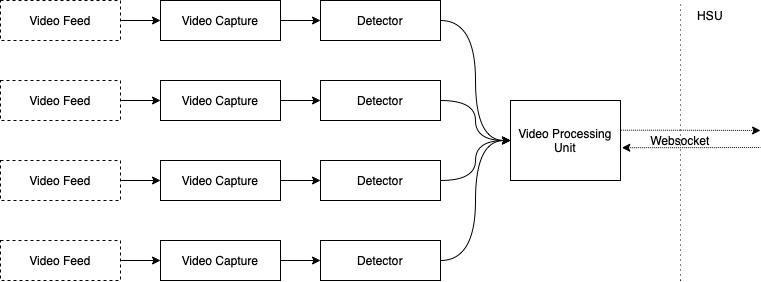
The draw.io diagram imgs/VPU.png in charles-eyes-ba/video-processing-unit, before a commit. Source tidied: cells renumbered, new cells last; positions are measured from the earlier drawing's top-left corner, leaving out a move shared by most shapes.
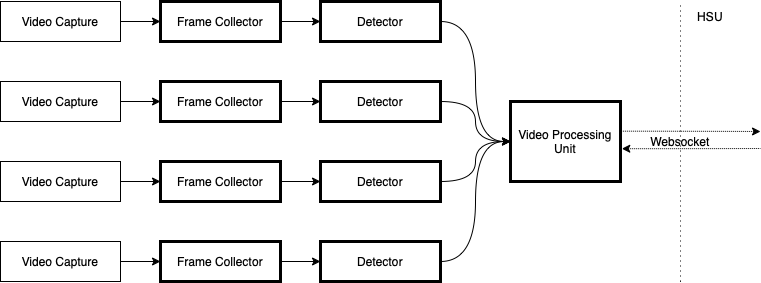
After the change.

The edit, as a diff of the source:
```diff
@@ -2,76 +2,52 @@
   <root>
     <mxCell id="0" />
     <mxCell id="1" parent="0" />
-    <mxCell id="2" style="edgeStyle=orthogonalEdgeStyle;curved=1;rounded=0;jettySize=auto;html=1;entryX=0;entryY=0.5;entryDx=0;entryDy=0;" parent="1" edge="1" source="3" target="5">
-      <mxGeometry relative="1" as="geometry" />
-    </mxCell>
-    <mxCell id="3" value="Video Feed" style="rounded=0;whiteSpace=wrap;html=1;dashed=1;" parent="1" vertex="1">
-      <mxGeometry width="120" height="40" as="geometry" />
-    </mxCell>
-    <mxCell id="4" style="edgeStyle=orthogonalEdgeStyle;curved=1;rounded=0;jettySize=auto;html=1;entryX=0;entryY=0.5;entryDx=0;entryDy=0;" parent="1" edge="1" source="5" target="7">
-      <mxGeometry relative="1" as="geometry" />
-    </mxCell>
+    <mxCell id="32" style="edgeStyle=orthogonalEdgeStyle;rounded=0;jettySize=auto;html=1;entryX=0;entryY=0.5;entryDx=0;entryDy=0;" parent="1" edge="1" source="5" target="37">
+      <mxGeometry relative="1" as="geometry" />
+    </mxCell>
     <mxCell id="5" value="Video Capture" style="rounded=0;whiteSpace=wrap;html=1;" parent="1" vertex="1">
-      <mxGeometry x="160" width="120" height="40" as="geometry" />
+      <mxGeometry width="120" height="40" as="geometry" />
     </mxCell>
     <mxCell id="6" style="edgeStyle=orthogonalEdgeStyle;curved=1;rounded=0;jettySize=auto;html=1;entryX=0;entryY=0.5;entryDx=0;entryDy=0;" parent="1" edge="1" source="7" target="28">
       <mxGeometry relative="1" as="geometry" />
     </mxCell>
-    <mxCell id="7" value="Detector" style="rounded=0;whiteSpace=wrap;html=1;" parent="1" vertex="1">
+    <mxCell id="7" value="Detector" style="rounded=0;whiteSpace=wrap;html=1;strokeWidth=3;" parent="1" vertex="1">
       <mxGeometry x="320" width="120" height="40" as="geometry" />
     </mxCell>
-    <mxCell id="8" style="edgeStyle=orthogonalEdgeStyle;curved=1;rounded=0;jettySize=auto;html=1;entryX=0;entryY=0.5;entryDx=0;entryDy=0;" parent="1" edge="1" source="9" target="11">
-      <mxGeometry relative="1" as="geometry" />
-    </mxCell>
-    <mxCell id="9" value="Video Feed" style="rounded=0;whiteSpace=wrap;html=1;dashed=1;" parent="1" vertex="1">
-      <mxGeometry y="80" width="120" height="40" as="geometry" />
-    </mxCell>
-    <mxCell id="10" style="edgeStyle=orthogonalEdgeStyle;curved=1;rounded=0;jettySize=auto;html=1;entryX=0;entryY=0.5;entryDx=0;entryDy=0;" parent="1" edge="1" source="11" target="13">
-      <mxGeometry relative="1" as="geometry" />
-    </mxCell>
+    <mxCell id="33" style="edgeStyle=orthogonalEdgeStyle;rounded=0;jettySize=auto;html=1;entryX=0;entryY=0.5;entryDx=0;entryDy=0;" parent="1" edge="1" source="11" target="39">
+      <mxGeometry relative="1" as="geometry" />
+    </mxCell>
     <mxCell id="11" value="Video Capture" style="rounded=0;whiteSpace=wrap;html=1;" parent="1" vertex="1">
-      <mxGeometry x="160" y="80" width="120" height="40" as="geometry" />
+      <mxGeometry y="80" width="120" height="40" as="geometry" />
     </mxCell>
     <mxCell id="12" style="edgeStyle=orthogonalEdgeStyle;curved=1;rounded=0;jettySize=auto;html=1;entryX=0;entryY=0.5;entryDx=0;entryDy=0;" parent="1" edge="1" source="13" target="28">
       <mxGeometry relative="1" as="geometry" />
     </mxCell>
-    <mxCell id="13" value="Detector" style="rounded=0;whiteSpace=wrap;html=1;" parent="1" vertex="1">
+    <mxCell id="13" value="Detector" style="rounded=0;whiteSpace=wrap;html=1;strokeWidth=3;" parent="1" vertex="1">
       <mxGeometry x="320" y="80" width="120" height="40" as="geometry" />
     </mxCell>
-    <mxCell id="14" style="edgeStyle=orthogonalEdgeStyle;curved=1;rounded=0;jettySize=auto;html=1;entryX=0;entryY=0.5;entryDx=0;entryDy=0;" parent="1" edge="1" source="15" target="17">
-      <mxGeometry relative="1" as="geometry" />
-    </mxCell>
-    <mxCell id="15" value="Video Feed" style="rounded=0;whiteSpace=wrap;html=1;dashed=1;" parent="1" vertex="1">
-      <mxGeometry y="160" width="120" height="40" as="geometry" />
-    </mxCell>
-    <mxCell id="16" style="edgeStyle=orthogonalEdgeStyle;curved=1;rounded=0;jettySize=auto;html=1;entryX=0;entryY=0.5;entryDx=0;entryDy=0;" parent="1" edge="1" source="17" target="19">
-      <mxGeometry relative="1" as="geometry" />
-    </mxCell>
+    <mxCell id="34" style="edgeStyle=orthogonalEdgeStyle;rounded=0;jettySize=auto;html=1;entryX=0;entryY=0.5;entryDx=0;entryDy=0;" parent="1" edge="1" source="17" target="43">
+      <mxGeometry relative="1" as="geometry" />
+    </mxCell>
     <mxCell id="17" value="Video Capture" style="rounded=0;whiteSpace=wrap;html=1;" parent="1" vertex="1">
-      <mxGeometry x="160" y="160" width="120" height="40" as="geometry" />
+      <mxGeometry y="160" width="120" height="40" as="geometry" />
     </mxCell>
     <mxCell id="18" style="edgeStyle=orthogonalEdgeStyle;curved=1;rounded=0;jettySize=auto;html=1;entryX=0;entryY=0.5;entryDx=0;entryDy=0;" parent="1" edge="1" source="19" target="28">
       <mxGeometry relative="1" as="geometry" />
     </mxCell>
-    <mxCell id="19" value="Detector" style="rounded=0;whiteSpace=wrap;html=1;" parent="1" vertex="1">
+    <mxCell id="19" value="Detector" style="rounded=0;whiteSpace=wrap;html=1;strokeWidth=3;" parent="1" vertex="1">
       <mxGeometry x="320" y="160" width="120" height="40" as="geometry" />
     </mxCell>
-    <mxCell id="20" style="edgeStyle=orthogonalEdgeStyle;curved=1;rounded=0;jettySize=auto;html=1;entryX=0;entryY=0.5;entryDx=0;entryDy=0;" parent="1" edge="1" source="21" target="23">
-      <mxGeometry relative="1" as="geometry" />
-    </mxCell>
-    <mxCell id="21" value="Video Feed" style="rounded=0;whiteSpace=wrap;html=1;dashed=1;" parent="1" vertex="1">
-      <mxGeometry y="240" width="120" height="40" as="geometry" />
-    </mxCell>
-    <mxCell id="22" style="edgeStyle=orthogonalEdgeStyle;curved=1;rounded=0;jettySize=auto;html=1;entryX=0;entryY=0.5;entryDx=0;entryDy=0;" parent="1" edge="1" source="23" target="25">
-      <mxGeometry relative="1" as="geometry" />
-    </mxCell>
+    <mxCell id="35" style="edgeStyle=orthogonalEdgeStyle;rounded=0;jettySize=auto;html=1;entryX=0;entryY=0.5;entryDx=0;entryDy=0;" parent="1" edge="1" source="23" target="41">
+      <mxGeometry relative="1" as="geometry" />
+    </mxCell>
     <mxCell id="23" value="Video Capture" style="rounded=0;whiteSpace=wrap;html=1;" parent="1" vertex="1">
-      <mxGeometry x="160" y="240" width="120" height="40" as="geometry" />
+      <mxGeometry y="240" width="120" height="40" as="geometry" />
     </mxCell>
     <mxCell id="24" style="edgeStyle=orthogonalEdgeStyle;curved=1;rounded=0;jettySize=auto;html=1;entryX=0;entryY=0.5;entryDx=0;entryDy=0;" parent="1" edge="1" source="25" target="28">
       <mxGeometry relative="1" as="geometry" />
     </mxCell>
-    <mxCell id="25" value="Detector" style="rounded=0;whiteSpace=wrap;html=1;" parent="1" vertex="1">
+    <mxCell id="25" value="Detector" style="rounded=0;whiteSpace=wrap;html=1;strokeWidth=3;" parent="1" vertex="1">
       <mxGeometry x="320" y="240" width="120" height="40" as="geometry" />
     </mxCell>
     <mxCell id="26" style="edgeStyle=orthogonalEdgeStyle;curved=1;rounded=0;jettySize=auto;html=1;exitX=1.003;exitY=0.371;exitDx=0;exitDy=0;exitPerimeter=0;dashed=1;dashPattern=1 1;" parent="1" edge="1" source="28">
@@ -84,7 +60,7 @@
         <mxPoint x="760" y="147" as="targetPoint" />
       </mxGeometry>
     </mxCell>
-    <mxCell id="28" value="Video Processing Unit" style="rounded=0;whiteSpace=wrap;html=1;" parent="1" vertex="1">
+    <mxCell id="28" value="Video Processing Unit" style="rounded=0;whiteSpace=wrap;html=1;strokeWidth=3;" parent="1" vertex="1">
       <mxGeometry x="510" y="100" width="110" height="80" as="geometry" />
     </mxCell>
     <mxCell id="29" style="endArrow=none;dashed=1;html=1;rounded=0;curved=1;dashPattern=1 4;" parent="1" edge="1">
@@ -99,5 +75,29 @@
     <mxCell id="31" value="Websocket" style="text;html=1;strokeColor=none;fillColor=none;align=center;verticalAlign=middle;whiteSpace=wrap;rounded=0;fontSize=12;" parent="1" vertex="1">
       <mxGeometry x="650" y="132.5" width="60" height="15" as="geometry" />
     </mxCell>
+    <mxCell id="36" style="edgeStyle=orthogonalEdgeStyle;rounded=0;jettySize=auto;html=1;entryX=0;entryY=0.5;entryDx=0;entryDy=0;" parent="1" edge="1" source="37" target="7">
+      <mxGeometry relative="1" as="geometry" />
+    </mxCell>
+    <mxCell id="37" value="Frame Collector" style="rounded=0;whiteSpace=wrap;html=1;strokeWidth=3;" parent="1" vertex="1">
+      <mxGeometry x="160" width="120" height="40" as="geometry" />
+    </mxCell>
+    <mxCell id="38" style="edgeStyle=orthogonalEdgeStyle;rounded=0;jettySize=auto;html=1;entryX=0;entryY=0.5;entryDx=0;entryDy=0;" parent="1" edge="1" source="39" target="13">
+      <mxGeometry relative="1" as="geometry" />
+    </mxCell>
+    <mxCell id="39" value="Frame Collector" style="rounded=0;whiteSpace=wrap;html=1;strokeWidth=3;" parent="1" vertex="1">
+      <mxGeometry x="160" y="80" width="120" height="40" as="geometry" />
+    </mxCell>
+    <mxCell id="40" style="edgeStyle=orthogonalEdgeStyle;rounded=0;jettySize=auto;html=1;entryX=0;entryY=0.5;entryDx=0;entryDy=0;" parent="1" edge="1" source="41" target="25">
+      <mxGeometry relative="1" as="geometry" />
+    </mxCell>
+    <mxCell id="41" value="Frame Collector" style="rounded=0;whiteSpace=wrap;html=1;strokeWidth=3;" parent="1" vertex="1">
+      <mxGeometry x="160" y="240" width="120" height="40" as="geometry" />
+    </mxCell>
+    <mxCell id="42" style="edgeStyle=orthogonalEdgeStyle;rounded=0;jettySize=auto;html=1;entryX=0;entryY=0.5;entryDx=0;entryDy=0;" parent="1" edge="1" source="43" target="19">
+      <mxGeometry relative="1" as="geometry" />
+    </mxCell>
+    <mxCell id="43" value="Frame Collector" style="rounded=0;whiteSpace=wrap;html=1;strokeWidth=3;" parent="1" vertex="1">
+      <mxGeometry x="160" y="160" width="120" height="40" as="geometry" />
+    </mxCell>
   </root>
 </mxGraphModel>
```
